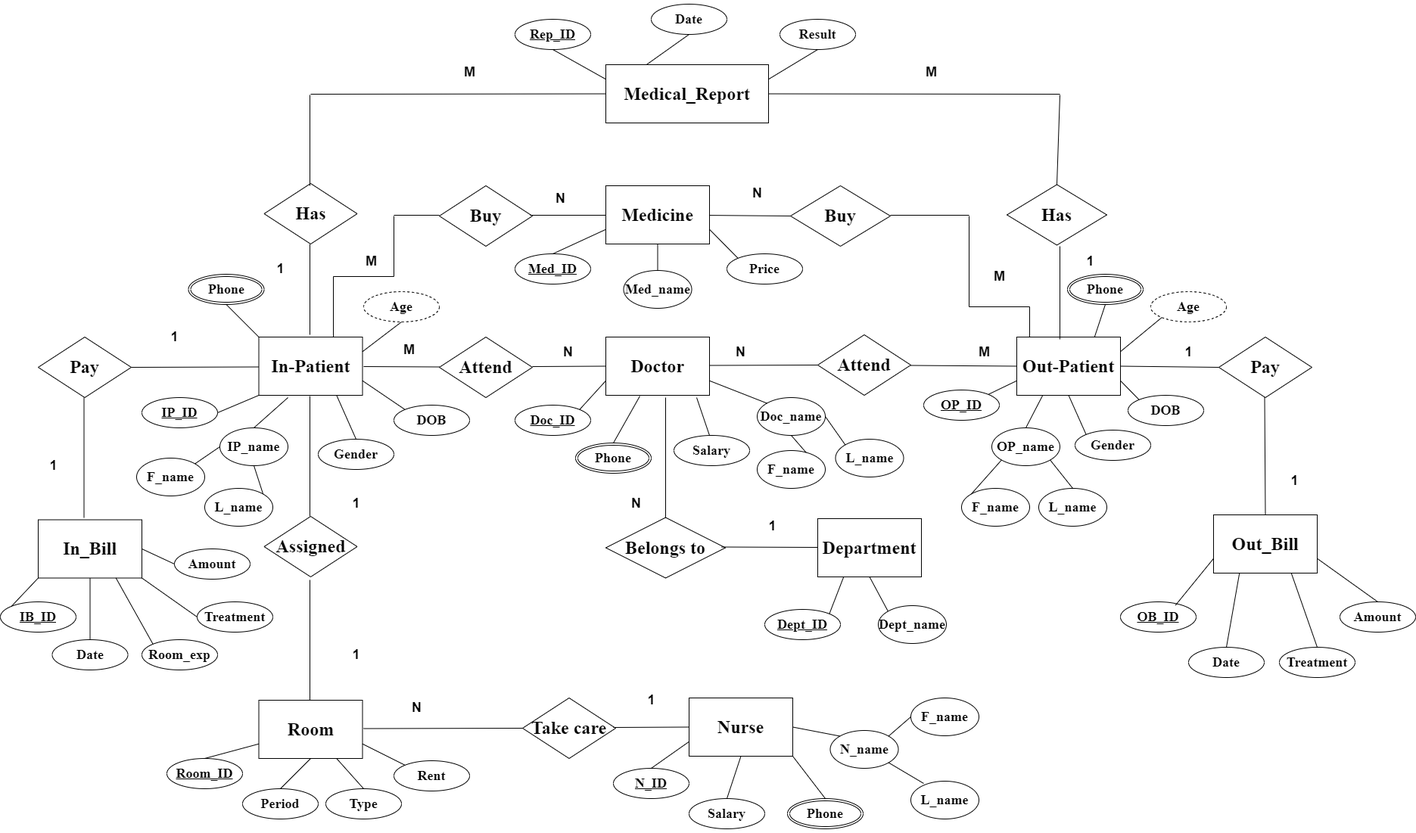
Earlier version of the draw.io export ER_Diagram/HMS_ER.drawio.png (rabeehcv/Tarento-Database_Task). Source tidied: cells renumbered, new cells last; positions are measured from the earlier drawing's top-left corner, leaving out a move shared by most shapes.
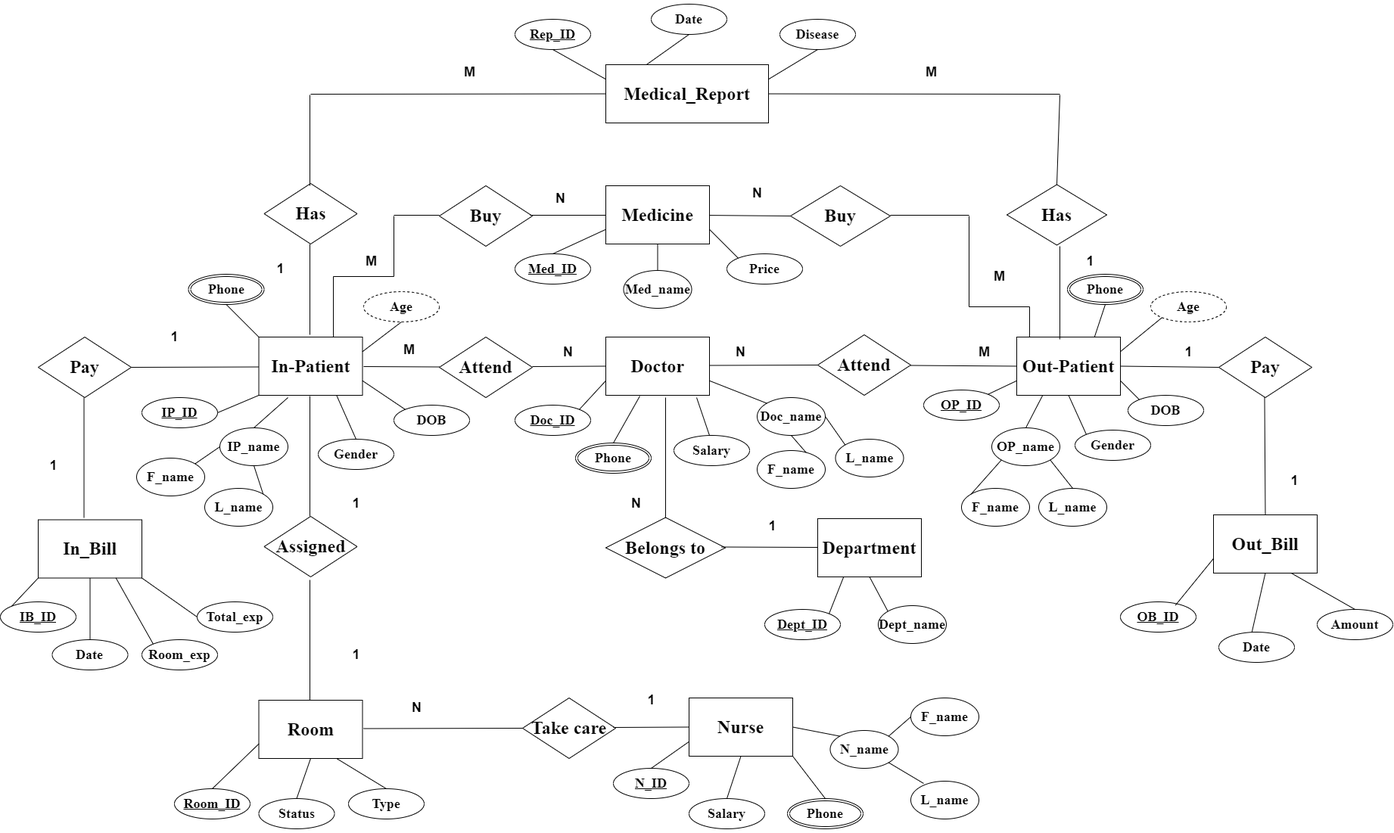
The same diagram one commit later.

Diff of the diagram source:
```diff
@@ -319,7 +319,7 @@
     <mxCell id="81" value="&lt;h2&gt;&lt;font face=&quot;Times New Roman&quot;&gt;Date&lt;/font&gt;&lt;/h2&gt;" style="ellipse;whiteSpace=wrap;html=1;align=center;" parent="1" vertex="1">
       <mxGeometry x="860" width="100" height="40" as="geometry" />
     </mxCell>
-    <mxCell id="82" value="&lt;h2&gt;&lt;font face=&quot;Times New Roman&quot;&gt;Result&lt;/font&gt;&lt;/h2&gt;" style="ellipse;whiteSpace=wrap;html=1;align=center;" parent="1" vertex="1">
+    <mxCell id="82" value="&lt;h2&gt;&lt;font face=&quot;Times New Roman&quot;&gt;Disease&lt;/font&gt;&lt;/h2&gt;" style="ellipse;whiteSpace=wrap;html=1;align=center;" parent="1" vertex="1">
       <mxGeometry x="1030" y="20" width="100" height="40" as="geometry" />
     </mxCell>
     <mxCell id="83" value="&lt;h2&gt;&lt;font face=&quot;Times New Roman&quot;&gt;IB_ID&lt;/font&gt;&lt;/h2&gt;" style="ellipse;whiteSpace=wrap;html=1;align=center;fontStyle=4;" parent="1" vertex="1">
@@ -331,36 +331,27 @@
     <mxCell id="85" value="&lt;h2&gt;&lt;font face=&quot;Times New Roman&quot;&gt;Room_exp&lt;/font&gt;&lt;/h2&gt;" style="ellipse;whiteSpace=wrap;html=1;align=center;" parent="1" vertex="1">
       <mxGeometry x="187" y="840" width="100" height="40" as="geometry" />
     </mxCell>
-    <mxCell id="86" value="&lt;h2&gt;&lt;font face=&quot;Times New Roman&quot;&gt;Treatment&lt;/font&gt;&lt;/h2&gt;" style="ellipse;whiteSpace=wrap;html=1;align=center;" parent="1" vertex="1">
+    <mxCell id="86" value="&lt;h2&gt;&lt;font face=&quot;Times New Roman&quot;&gt;Total_exp&lt;/font&gt;&lt;/h2&gt;" style="ellipse;whiteSpace=wrap;html=1;align=center;" parent="1" vertex="1">
       <mxGeometry x="260" y="790" width="100" height="40" as="geometry" />
     </mxCell>
-    <mxCell id="87" value="&lt;h2&gt;&lt;font face=&quot;Times New Roman&quot;&gt;Amount&lt;/font&gt;&lt;/h2&gt;" style="ellipse;whiteSpace=wrap;html=1;align=center;" parent="1" vertex="1">
-      <mxGeometry x="230" y="720" width="100" height="40" as="geometry" />
-    </mxCell>
     <mxCell id="88" value="&lt;h2&gt;&lt;font face=&quot;Times New Roman&quot;&gt;OB_ID&lt;/font&gt;&lt;/h2&gt;" style="ellipse;whiteSpace=wrap;html=1;align=center;fontStyle=4;" parent="1" vertex="1">
       <mxGeometry x="1480" y="790" width="100" height="40" as="geometry" />
     </mxCell>
     <mxCell id="89" value="&lt;h2&gt;&lt;font face=&quot;Times New Roman&quot;&gt;Date&lt;/font&gt;&lt;/h2&gt;" style="ellipse;whiteSpace=wrap;html=1;align=center;" parent="1" vertex="1">
-      <mxGeometry x="1570" y="850" width="100" height="40" as="geometry" />
+      <mxGeometry x="1610" y="830" width="100" height="40" as="geometry" />
     </mxCell>
-    <mxCell id="90" value="&lt;h2&gt;&lt;font face=&quot;Times New Roman&quot;&gt;Treatment&lt;/font&gt;&lt;/h2&gt;" style="ellipse;whiteSpace=wrap;html=1;align=center;" parent="1" vertex="1">
-      <mxGeometry x="1690" y="850" width="100" height="40" as="geometry" />
+    <mxCell id="90" value="&lt;h2&gt;&lt;font face=&quot;Times New Roman&quot;&gt;Amount&lt;/font&gt;&lt;/h2&gt;" style="ellipse;whiteSpace=wrap;html=1;align=center;" parent="1" vertex="1">
+      <mxGeometry x="1740" y="800" width="100" height="40" as="geometry" />
     </mxCell>
-    <mxCell id="91" value="&lt;h2&gt;&lt;font face=&quot;Times New Roman&quot;&gt;Amount&lt;/font&gt;&lt;/h2&gt;" style="ellipse;whiteSpace=wrap;html=1;align=center;" parent="1" vertex="1">
-      <mxGeometry x="1770" y="790" width="100" height="40" as="geometry" />
-    </mxCell>
     <mxCell id="92" value="&lt;h2&gt;&lt;font face=&quot;Times New Roman&quot;&gt;Room_ID&lt;/font&gt;&lt;/h2&gt;" style="ellipse;whiteSpace=wrap;html=1;align=center;fontStyle=4;" parent="1" vertex="1">
-      <mxGeometry x="220" y="997" width="100" height="40" as="geometry" />
+      <mxGeometry x="230" y="1037" width="100" height="40" as="geometry" />
     </mxCell>
-    <mxCell id="93" value="&lt;h2&gt;&lt;font face=&quot;Times New Roman&quot;&gt;Period&lt;/font&gt;&lt;/h2&gt;" style="ellipse;whiteSpace=wrap;html=1;align=center;" parent="1" vertex="1">
-      <mxGeometry x="320" y="1037" width="100" height="40" as="geometry" />
+    <mxCell id="93" value="&lt;h2&gt;&lt;font face=&quot;Times New Roman&quot;&gt;Status&lt;/font&gt;&lt;/h2&gt;" style="ellipse;whiteSpace=wrap;html=1;align=center;" parent="1" vertex="1">
+      <mxGeometry x="341.5" y="1050" width="100" height="40" as="geometry" />
     </mxCell>
     <mxCell id="94" value="&lt;h2&gt;&lt;font face=&quot;Times New Roman&quot;&gt;Type&lt;/font&gt;&lt;/h2&gt;" style="ellipse;whiteSpace=wrap;html=1;align=center;" parent="1" vertex="1">
-      <mxGeometry x="430" y="1037" width="100" height="40" as="geometry" />
+      <mxGeometry x="460" y="1037" width="100" height="40" as="geometry" />
     </mxCell>
-    <mxCell id="95" value="&lt;h2&gt;&lt;font face=&quot;Times New Roman&quot;&gt;Rent&lt;/font&gt;&lt;/h2&gt;" style="ellipse;whiteSpace=wrap;html=1;align=center;" parent="1" vertex="1">
-      <mxGeometry x="520" y="1000" width="100" height="40" as="geometry" />
-    </mxCell>
     <mxCell id="96" value="&lt;h2&gt;&lt;font face=&quot;Times New Roman&quot;&gt;N_ID&lt;/font&gt;&lt;/h2&gt;" style="ellipse;whiteSpace=wrap;html=1;align=center;fontStyle=4;" parent="1" vertex="1">
       <mxGeometry x="810" y="1010" width="100" height="40" as="geometry" />
     </mxCell>
@@ -402,14 +393,13 @@
     <mxCell id="107" style="endArrow=none;html=1;rounded=0;entryX=0;entryY=0;entryDx=0;entryDy=0;exitX=1;exitY=0.5;exitDx=0;exitDy=0;" parent="1" edge="1" source="53" target="57">
       <mxGeometry relative="1" as="geometry" />
     </mxCell>
-    <mxCell id="108" style="endArrow=none;html=1;rounded=0;entryX=0.5;entryY=0;entryDx=0;entryDy=0;exitX=1;exitY=0.75;exitDx=0;exitDy=0;" parent="1" edge="1" source="74" target="91">
-      <mxGeometry relative="1" as="geometry" />
-    </mxCell>
     <mxCell id="109" style="endArrow=none;html=1;rounded=0;entryX=0.75;entryY=1;entryDx=0;entryDy=0;exitX=0.5;exitY=0;exitDx=0;exitDy=0;" parent="1" edge="1" source="90" target="74">
       <mxGeometry relative="1" as="geometry" />
     </mxCell>
-    <mxCell id="110" style="endArrow=none;html=1;rounded=0;entryX=0.5;entryY=0;entryDx=0;entryDy=0;exitX=0.25;exitY=1;exitDx=0;exitDy=0;" parent="1" edge="1" source="74" target="89">
-      <mxGeometry relative="1" as="geometry" />
+    <mxCell id="110" style="endArrow=none;html=1;rounded=0;entryX=0.5;entryY=0;entryDx=0;entryDy=0;exitX=0.5;exitY=1;exitDx=0;exitDy=0;" parent="1" edge="1" source="74">
+      <mxGeometry relative="1" as="geometry">
+        <mxPoint x="1653.8" y="830" as="targetPoint" />
+      </mxGeometry>
     </mxCell>
     <mxCell id="111" style="endArrow=none;html=1;rounded=0;entryX=0;entryY=0.75;entryDx=0;entryDy=0;exitX=0.728;exitY=0.11;exitDx=0;exitDy=0;exitPerimeter=0;" parent="1" edge="1" source="88" target="74">
       <mxGeometry relative="1" as="geometry" />
@@ -434,9 +424,6 @@
     <mxCell id="117" style="endArrow=none;html=1;rounded=0;entryX=0;entryY=0.75;entryDx=0;entryDy=0;exitX=0.5;exitY=0;exitDx=0;exitDy=0;" parent="1" edge="1" source="96" target="9">
       <mxGeometry relative="1" as="geometry" />
     </mxCell>
-    <mxCell id="118" style="endArrow=none;html=1;rounded=0;entryX=0;entryY=0;entryDx=0;entryDy=0;exitX=1;exitY=0.75;exitDx=0;exitDy=0;" parent="1" edge="1" source="8" target="95">
-      <mxGeometry relative="1" as="geometry" />
-    </mxCell>
     <mxCell id="119" style="endArrow=none;html=1;rounded=0;entryX=0.5;entryY=0;entryDx=0;entryDy=0;exitX=0.75;exitY=1;exitDx=0;exitDy=0;" parent="1" edge="1" source="8" target="94">
       <mxGeometry relative="1" as="geometry" />
     </mxCell>
@@ -458,9 +445,6 @@
     <mxCell id="125" style="endArrow=none;html=1;rounded=0;entryX=0;entryY=0.5;entryDx=0;entryDy=0;exitX=1;exitY=1;exitDx=0;exitDy=0;" parent="1" edge="1" source="7" target="86">
       <mxGeometry relative="1" as="geometry" />
     </mxCell>
-    <mxCell id="126" style="endArrow=none;html=1;rounded=0;entryX=0;entryY=0.5;entryDx=0;entryDy=0;exitX=1;exitY=0.5;exitDx=0;exitDy=0;" parent="1" edge="1" source="7" target="87">
-      <mxGeometry relative="1" as="geometry" />
-    </mxCell>
     <mxCell id="127" style="endArrow=none;html=1;rounded=0;entryX=0;entryY=1;entryDx=0;entryDy=0;exitX=1;exitY=0.5;exitDx=0;exitDy=0;" parent="1" edge="1" source="59" target="6">
       <mxGeometry relative="1" as="geometry" />
     </mxCell>
```
